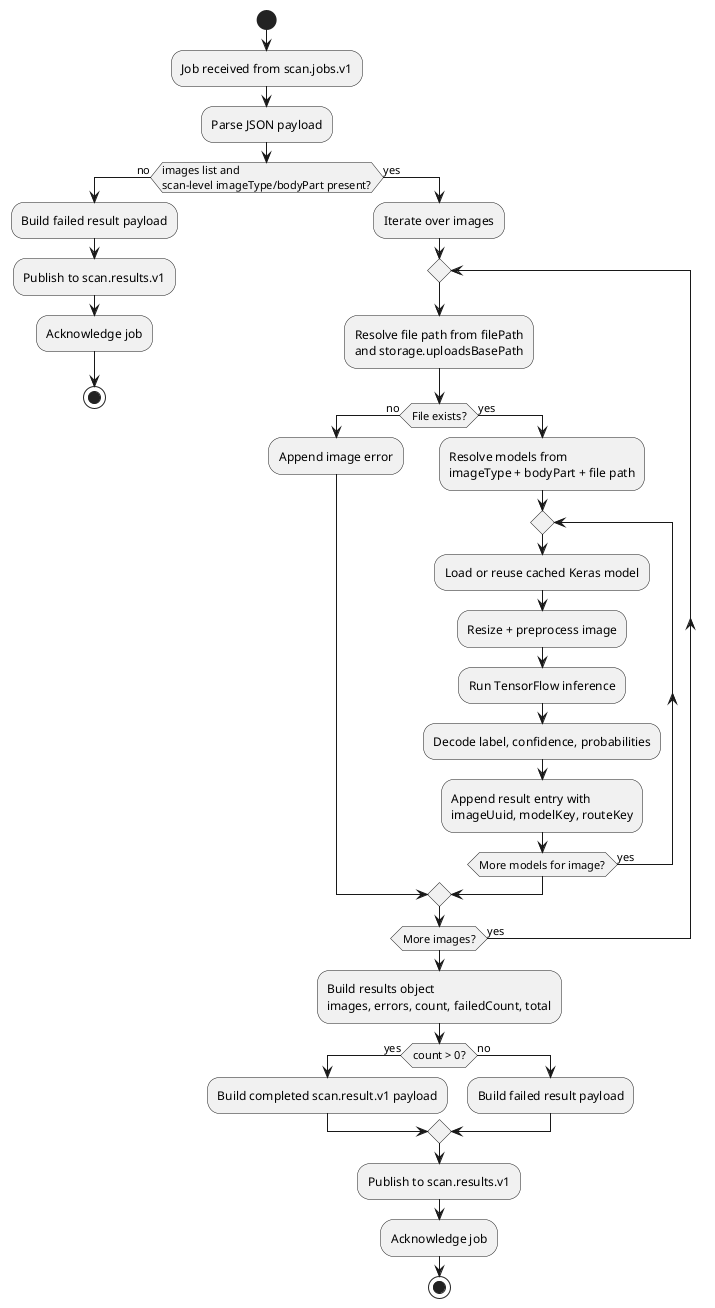
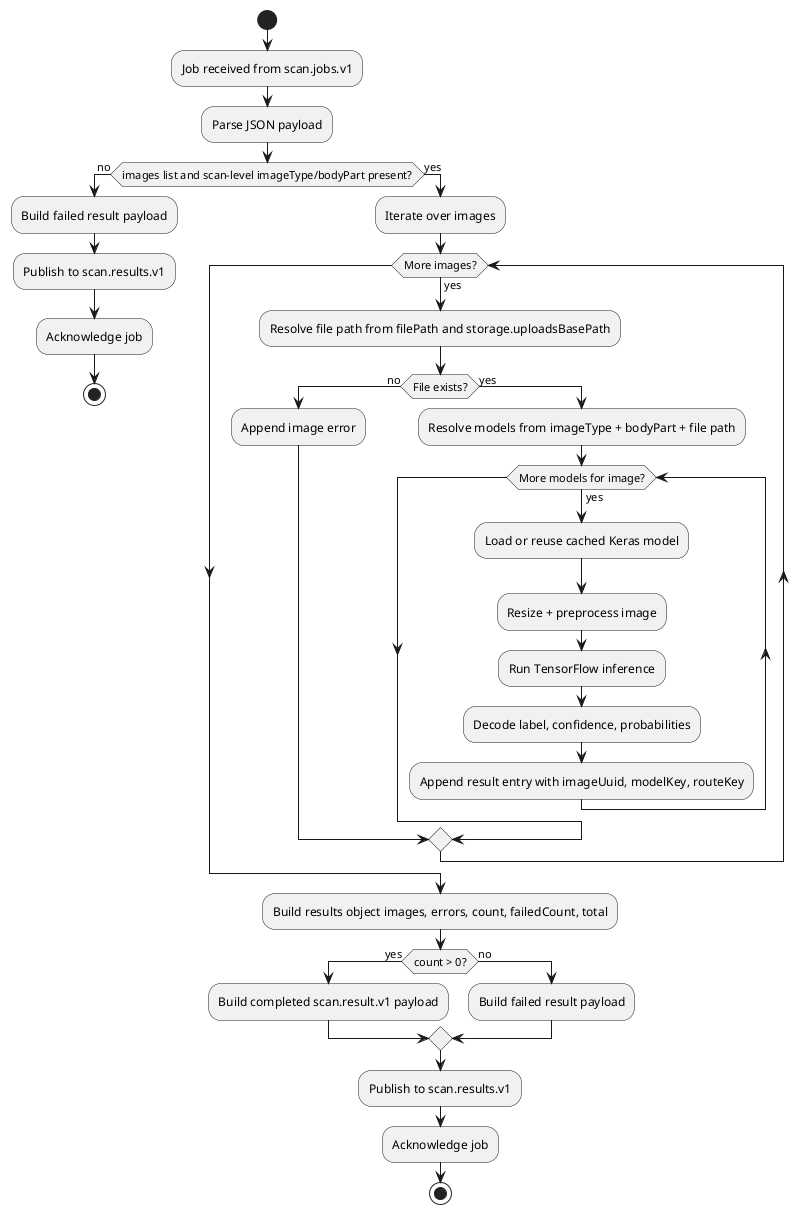
@startuml
start
:Job received from scan.jobs.v1;
:Parse JSON payload;

- if (images list and\nscan-level imageType/bodyPart present?) then (no)
+ if (images list and scan-level imageType/bodyPart present?) then (no)
  :Build failed result payload;
  :Publish to scan.results.v1;
  :Acknowledge job;
  stop
else (yes)
  :Iterate over images;

-   repeat
-     :Resolve file path from filePath\nand storage.uploadsBasePath;
+   while (More images?) is (yes)
+     :Resolve file path from filePath and storage.uploadsBasePath;

    if (File exists?) then (no)
      :Append image error;
    else (yes)
-       :Resolve models from\nimageType + bodyPart + file path;
+       :Resolve models from imageType + bodyPart + file path;

-       repeat
+       while (More models for image?) is (yes)
        :Load or reuse cached Keras model;
        :Resize + preprocess image;
        :Run TensorFlow inference;
        :Decode label, confidence, probabilities;
-         :Append result entry with\nimageUuid, modelKey, routeKey;
-       repeat while (More models for image?) is (yes)
+         :Append result entry with imageUuid, modelKey, routeKey;
+       endwhile
+ 
    endif
-   repeat while (More images?) is (yes)
+   endwhile

-   :Build results object\nimages, errors, count, failedCount, total;
+   :Build results object images, errors, count, failedCount, total;

  if (count > 0?) then (yes)
    :Build completed scan.result.v1 payload;
  else (no)
    :Build failed result payload;
  endif

  :Publish to scan.results.v1;
  :Acknowledge job;
  stop
endif

@enduml